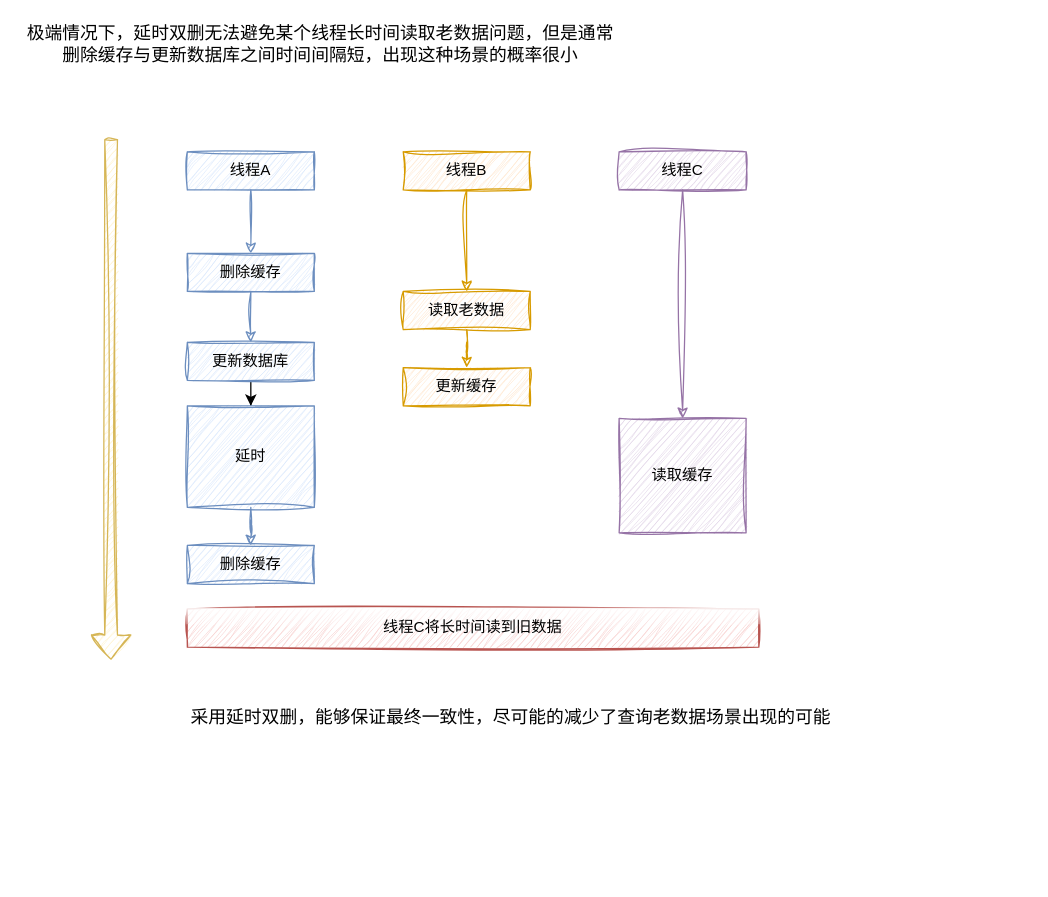
Above: redis和mysql数据一致-延时双删.drawio in pipisay/draw (draw.io), before the change. Source tidied: cells renumbered, new cells numbered last; positions are measured from the earlier drawing's top-left corner, leaving out a move shared by most shapes. Both pictures are drawn from the tidied source at 127%, with x=0, y=0 at pixel (22, 24).
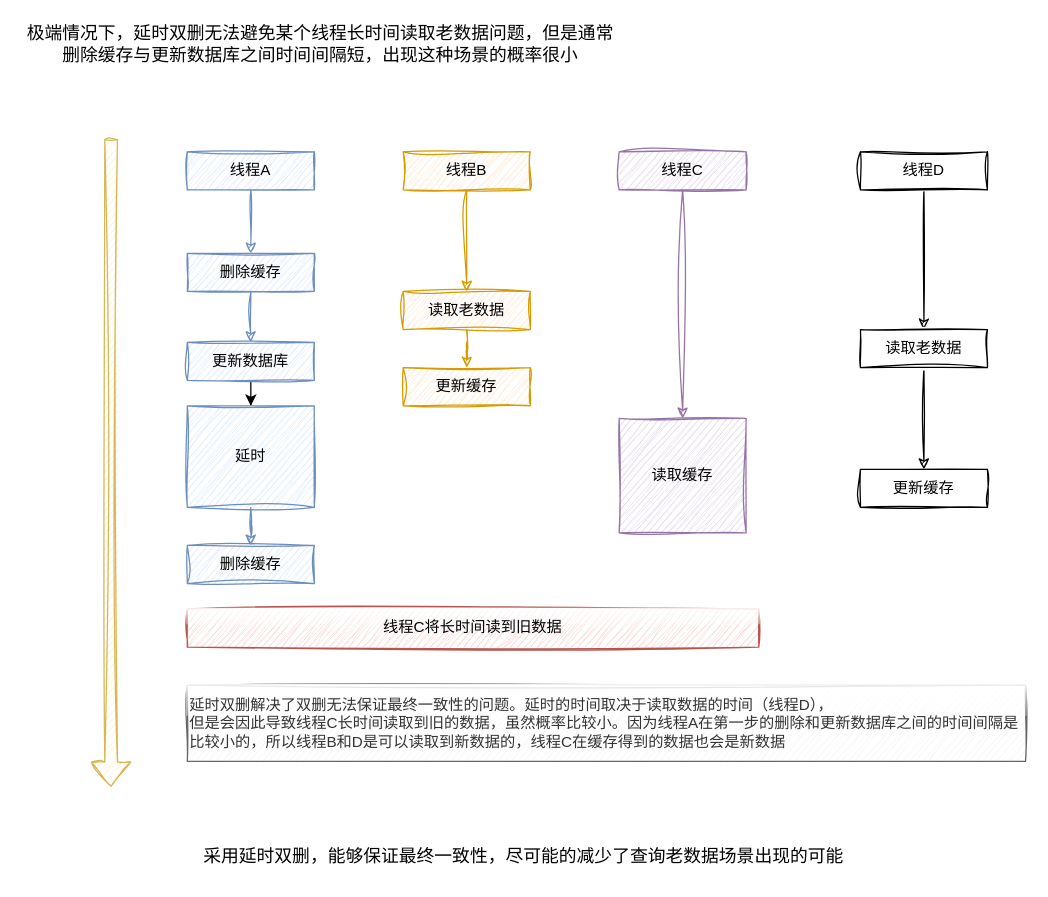
After the change.

Commit message (it also covers changes not shown here):
更新redis和mysql数据一致-延时双删.drawio

Change to the diagram source:
```diff
@@
     <mxCell id="2" style="shape=flexArrow;endArrow=classic;html=1;rounded=0;sketch=1;curveFitting=1;jiggle=2;fillColor=#fff2cc;strokeColor=#d6b656;" parent="1" edge="1">
       <mxGeometry relative="1" as="geometry">
         <mxPoint x="70" y="90" as="sourcePoint" />
-        <mxPoint x="70" y="500" as="targetPoint" />
+        <mxPoint x="70" y="600" as="targetPoint" />
       </mxGeometry>
     </mxCell>
@@
     <mxCell id="22" value="采用延时双删，能够保证最终一致性，尽可能的减少了查询老数据场景出现的可能" style="text;html=1;strokeColor=none;fillColor=none;align=center;verticalAlign=middle;whiteSpace=wrap;rounded=0;glass=1;sketch=1;fontSize=14;" parent="1" vertex="1">
-      <mxGeometry x="110" y="530" width="550" height="30" as="geometry" />
+      <mxGeometry x="120" y="640" width="550" height="30" as="geometry" />
     </mxCell>
+    <mxCell id="23" style="edgeStyle=orthogonalEdgeStyle;rounded=0;sketch=1;jettySize=auto;html=1;fontSize=14;" parent="1" edge="1" source="24" target="26">
+      <mxGeometry relative="1" as="geometry" />
+    </mxCell>
+    <mxCell id="24" value="线程D" style="rounded=0;whiteSpace=wrap;html=1;sketch=1;curveFitting=1;jiggle=2;" parent="1" vertex="1">
+      <mxGeometry x="660" y="100" width="100" height="30" as="geometry" />
+    </mxCell>
+    <mxCell id="25" style="edgeStyle=orthogonalEdgeStyle;rounded=0;sketch=1;jettySize=auto;html=1;fontSize=14;" parent="1" edge="1" source="26" target="27">
+      <mxGeometry relative="1" as="geometry" />
+    </mxCell>
+    <mxCell id="26" value="读取老数据" style="rounded=0;whiteSpace=wrap;html=1;sketch=1;curveFitting=1;jiggle=2;" parent="1" vertex="1">
+      <mxGeometry x="660" y="240" width="100" height="30" as="geometry" />
+    </mxCell>
+    <mxCell id="27" value="更新缓存" style="rounded=0;whiteSpace=wrap;html=1;sketch=1;curveFitting=1;jiggle=2;" parent="1" vertex="1">
+      <mxGeometry x="660" y="350" width="100" height="30" as="geometry" />
+    </mxCell>
+    <mxCell id="28" value="延时双删解决了双删无法保证最终一致性的问题。延时的时间取决于读取数据的时间（线程D），&lt;br&gt;但是会因此导致线程C长时间读取到旧的数据，虽然概率比较小。因为线程A在第一步的删除和更新数据库之间的时间间隔是比较小的，所以线程B和D是可以读取到新数据的，线程C在缓存得到的数据也会是新数据" style="rounded=0;whiteSpace=wrap;html=1;fillColor=#f5f5f5;strokeColor=#666666;glass=1;sketch=1;curveFitting=1;jiggle=2;fontColor=#333333;align=left;" parent="1" vertex="1">
+      <mxGeometry x="130" y="520" width="660" height="60" as="geometry" />
+    </mxCell>
```
